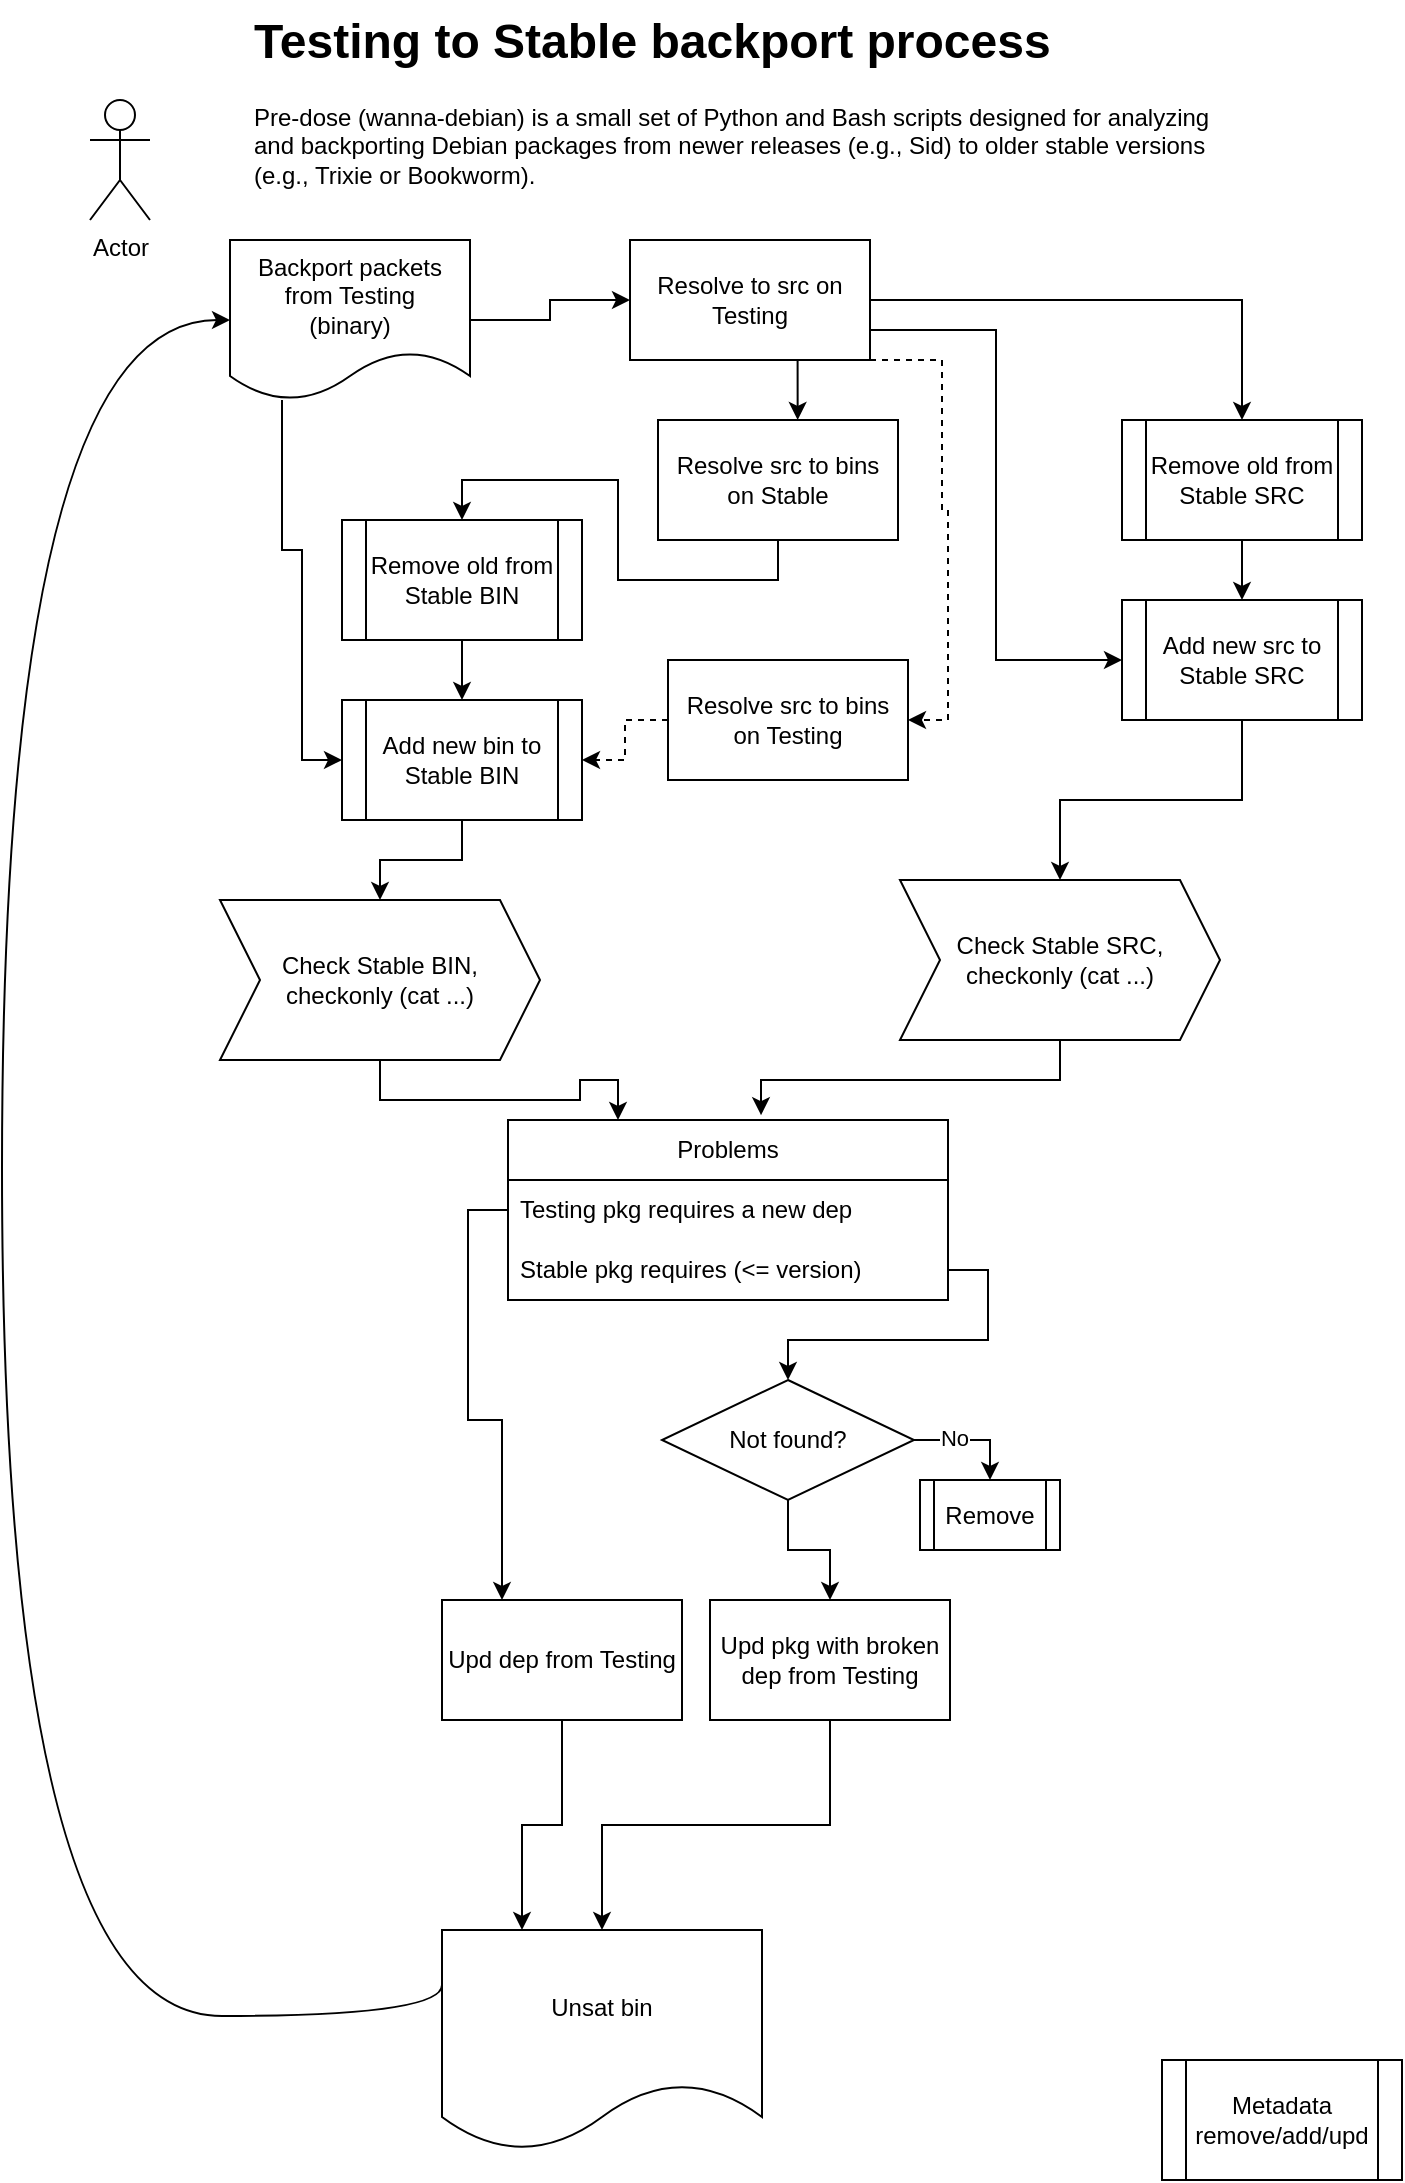
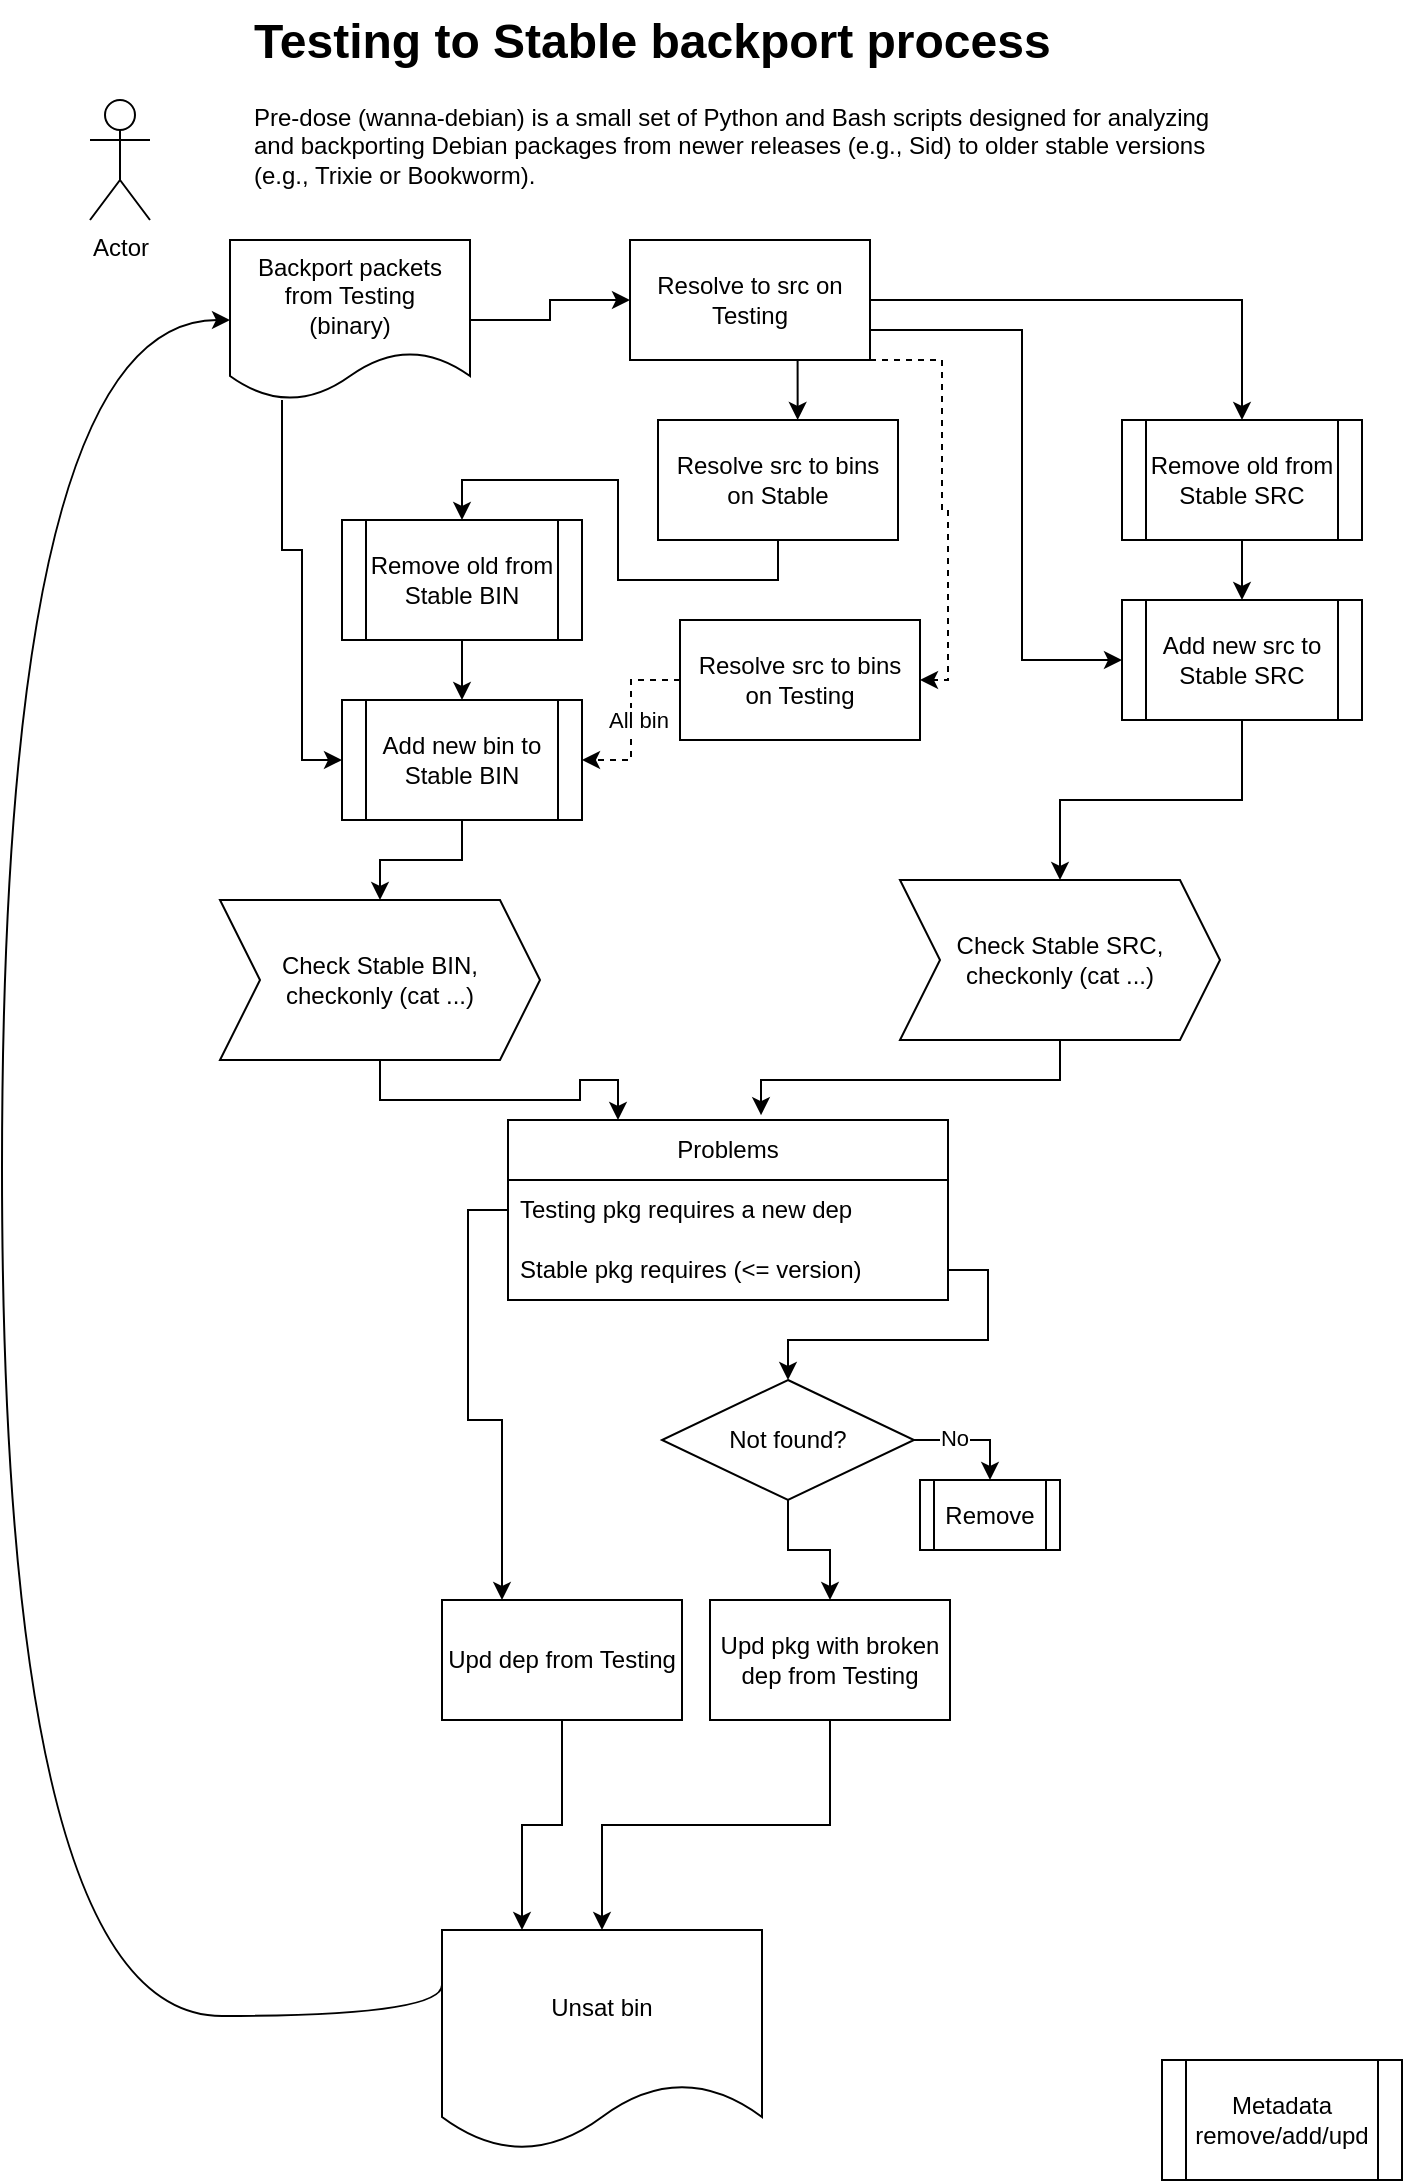
<mxfile host="Electron">
  <diagram id="C5RBs43oDa-KdzZeNtuy" name="Page-1">
-     <mxGraphModel dx="1284" dy="765" grid="1" gridSize="10" guides="1" tooltips="1" connect="1" arrows="1" fold="1" page="1" pageScale="1" pageWidth="827" pageHeight="1169" math="0" shadow="0">
+     <mxGraphModel dx="869" dy="782" grid="1" gridSize="10" guides="1" tooltips="1" connect="1" arrows="1" fold="1" page="1" pageScale="1" pageWidth="827" pageHeight="1169" math="0" shadow="0">
      <root>
        <mxCell id="WIyWlLk6GJQsqaUBKTNV-0" />
        <mxCell id="WIyWlLk6GJQsqaUBKTNV-1" parent="WIyWlLk6GJQsqaUBKTNV-0" />
        <mxCell id="jdkO46tf3qpjO2ybV3Zm-0" parent="WIyWlLk6GJQsqaUBKTNV-1" style="shape=umlActor;verticalLabelPosition=bottom;verticalAlign=top;html=1;outlineConnect=0;" value="Actor" vertex="1">
          <mxGeometry height="60" width="30" x="94" y="80" as="geometry" />
        </mxCell>
        <mxCell id="jdkO46tf3qpjO2ybV3Zm-3" edge="1" parent="WIyWlLk6GJQsqaUBKTNV-1" source="jdkO46tf3qpjO2ybV3Zm-1" style="edgeStyle=orthogonalEdgeStyle;rounded=0;orthogonalLoop=1;jettySize=auto;html=1;entryX=0;entryY=0.5;entryDx=0;entryDy=0;" target="jdkO46tf3qpjO2ybV3Zm-2">
          <mxGeometry relative="1" as="geometry" />
        </mxCell>
        <mxCell id="4IcmTThSWF4IWx9KLtXi-7" edge="1" parent="WIyWlLk6GJQsqaUBKTNV-1" source="jdkO46tf3qpjO2ybV3Zm-1" style="edgeStyle=orthogonalEdgeStyle;rounded=0;orthogonalLoop=1;jettySize=auto;html=1;entryX=0;entryY=0.5;entryDx=0;entryDy=0;" target="jdkO46tf3qpjO2ybV3Zm-13">
          <mxGeometry relative="1" as="geometry">
            <Array as="points">
              <mxPoint x="190" y="305" />
              <mxPoint x="200" y="305" />
              <mxPoint x="200" y="410" />
            </Array>
          </mxGeometry>
        </mxCell>
        <mxCell id="jdkO46tf3qpjO2ybV3Zm-1" parent="WIyWlLk6GJQsqaUBKTNV-1" style="shape=document;whiteSpace=wrap;html=1;boundedLbl=1;" value="Backport packets from Testing&lt;br&gt;(binary)" vertex="1">
          <mxGeometry height="80" width="120" x="164" y="150" as="geometry" />
        </mxCell>
        <mxCell id="jdkO46tf3qpjO2ybV3Zm-6" edge="1" parent="WIyWlLk6GJQsqaUBKTNV-1" source="jdkO46tf3qpjO2ybV3Zm-2" style="edgeStyle=orthogonalEdgeStyle;rounded=0;orthogonalLoop=1;jettySize=auto;html=1;entryX=0.5;entryY=0;entryDx=0;entryDy=0;" target="jdkO46tf3qpjO2ybV3Zm-5">
          <mxGeometry relative="1" as="geometry" />
        </mxCell>
        <mxCell id="K2joIcQUg46PM5A2mCq8-2" edge="1" parent="WIyWlLk6GJQsqaUBKTNV-1" source="jdkO46tf3qpjO2ybV3Zm-2" style="edgeStyle=orthogonalEdgeStyle;rounded=0;orthogonalLoop=1;jettySize=auto;html=1;exitX=1;exitY=1;exitDx=0;exitDy=0;entryX=1;entryY=0.5;entryDx=0;entryDy=0;dashed=1;" target="K2joIcQUg46PM5A2mCq8-0">
          <mxGeometry relative="1" as="geometry">
            <Array as="points">
              <mxPoint x="520" y="210" />
              <mxPoint x="520" y="285" />
              <mxPoint x="523" y="285" />
-               <mxPoint x="523" y="390" />
+               <mxPoint x="523" y="370" />
            </Array>
          </mxGeometry>
        </mxCell>
        <mxCell id="jdkO46tf3qpjO2ybV3Zm-2" parent="WIyWlLk6GJQsqaUBKTNV-1" style="rounded=0;whiteSpace=wrap;html=1;" value="Resolve to src on Testing" vertex="1">
          <mxGeometry height="60" width="120" x="364" y="150" as="geometry" />
        </mxCell>
        <mxCell id="jdkO46tf3qpjO2ybV3Zm-17" edge="1" parent="WIyWlLk6GJQsqaUBKTNV-1" source="jdkO46tf3qpjO2ybV3Zm-5" style="edgeStyle=orthogonalEdgeStyle;rounded=0;orthogonalLoop=1;jettySize=auto;html=1;entryX=0.5;entryY=0;entryDx=0;entryDy=0;" target="jdkO46tf3qpjO2ybV3Zm-16">
          <mxGeometry relative="1" as="geometry" />
        </mxCell>
        <mxCell id="jdkO46tf3qpjO2ybV3Zm-5" parent="WIyWlLk6GJQsqaUBKTNV-1" style="shape=process;whiteSpace=wrap;html=1;backgroundOutline=1;" value="Remove old from Stable SRC" vertex="1">
          <mxGeometry height="60" width="120" x="610" y="240" as="geometry" />
        </mxCell>
        <mxCell id="jdkO46tf3qpjO2ybV3Zm-10" edge="1" parent="WIyWlLk6GJQsqaUBKTNV-1" source="jdkO46tf3qpjO2ybV3Zm-7" style="edgeStyle=orthogonalEdgeStyle;rounded=0;orthogonalLoop=1;jettySize=auto;html=1;entryX=0.5;entryY=0;entryDx=0;entryDy=0;exitX=0.5;exitY=1;exitDx=0;exitDy=0;" target="jdkO46tf3qpjO2ybV3Zm-9">
          <mxGeometry relative="1" as="geometry" />
        </mxCell>
        <mxCell id="jdkO46tf3qpjO2ybV3Zm-18" edge="1" parent="WIyWlLk6GJQsqaUBKTNV-1" source="jdkO46tf3qpjO2ybV3Zm-2" style="edgeStyle=orthogonalEdgeStyle;rounded=0;orthogonalLoop=1;jettySize=auto;html=1;entryX=0;entryY=0.5;entryDx=0;entryDy=0;exitX=1;exitY=0.75;exitDx=0;exitDy=0;" target="jdkO46tf3qpjO2ybV3Zm-16">
          <mxGeometry relative="1" as="geometry">
+             <Array as="points">
+               <mxPoint x="560" y="195" />
+               <mxPoint x="560" y="360" />
+             </Array>
            <mxPoint x="484" y="200" as="sourcePoint" />
          </mxGeometry>
        </mxCell>
        <mxCell id="jdkO46tf3qpjO2ybV3Zm-7" parent="WIyWlLk6GJQsqaUBKTNV-1" style="rounded=0;whiteSpace=wrap;html=1;" value="Resolve src to bins on Stable" vertex="1">
          <mxGeometry height="60" width="120" x="378" y="240" as="geometry" />
        </mxCell>
        <mxCell id="jdkO46tf3qpjO2ybV3Zm-8" edge="1" parent="WIyWlLk6GJQsqaUBKTNV-1" source="jdkO46tf3qpjO2ybV3Zm-2" style="edgeStyle=orthogonalEdgeStyle;rounded=0;orthogonalLoop=1;jettySize=auto;html=1;exitX=0.75;exitY=1;exitDx=0;exitDy=0;entryX=0.582;entryY=0;entryDx=0;entryDy=0;entryPerimeter=0;" target="jdkO46tf3qpjO2ybV3Zm-7">
          <mxGeometry relative="1" as="geometry" />
        </mxCell>
        <mxCell id="jdkO46tf3qpjO2ybV3Zm-14" edge="1" parent="WIyWlLk6GJQsqaUBKTNV-1" source="jdkO46tf3qpjO2ybV3Zm-9" style="edgeStyle=orthogonalEdgeStyle;rounded=0;orthogonalLoop=1;jettySize=auto;html=1;entryX=0.5;entryY=0;entryDx=0;entryDy=0;" target="jdkO46tf3qpjO2ybV3Zm-13">
          <mxGeometry relative="1" as="geometry" />
        </mxCell>
        <mxCell id="jdkO46tf3qpjO2ybV3Zm-9" parent="WIyWlLk6GJQsqaUBKTNV-1" style="shape=process;whiteSpace=wrap;html=1;backgroundOutline=1;" value="Remove old from Stable BIN" vertex="1">
          <mxGeometry height="60" width="120" x="220" y="290" as="geometry" />
        </mxCell>
        <mxCell id="jdkO46tf3qpjO2ybV3Zm-49" edge="1" parent="WIyWlLk6GJQsqaUBKTNV-1" source="jdkO46tf3qpjO2ybV3Zm-11" style="edgeStyle=orthogonalEdgeStyle;rounded=0;orthogonalLoop=1;jettySize=auto;html=1;entryX=0.575;entryY=-0.027;entryDx=0;entryDy=0;entryPerimeter=0;" target="jdkO46tf3qpjO2ybV3Zm-28">
          <mxGeometry relative="1" as="geometry">
            <mxPoint x="579" y="580" as="targetPoint" />
          </mxGeometry>
        </mxCell>
        <mxCell id="jdkO46tf3qpjO2ybV3Zm-11" parent="WIyWlLk6GJQsqaUBKTNV-1" style="shape=step;perimeter=stepPerimeter;whiteSpace=wrap;html=1;fixedSize=1;" value="Check Stable SRC,&lt;br&gt;checkonly (cat ...)" vertex="1">
          <mxGeometry height="80" width="160" x="499" y="470" as="geometry" />
        </mxCell>
        <mxCell id="jdkO46tf3qpjO2ybV3Zm-36" edge="1" parent="WIyWlLk6GJQsqaUBKTNV-1" source="jdkO46tf3qpjO2ybV3Zm-12" style="edgeStyle=orthogonalEdgeStyle;rounded=0;orthogonalLoop=1;jettySize=auto;html=1;entryX=0.25;entryY=0;entryDx=0;entryDy=0;" target="jdkO46tf3qpjO2ybV3Zm-28">
          <mxGeometry relative="1" as="geometry" />
        </mxCell>
        <mxCell id="jdkO46tf3qpjO2ybV3Zm-12" parent="WIyWlLk6GJQsqaUBKTNV-1" style="shape=step;perimeter=stepPerimeter;whiteSpace=wrap;html=1;fixedSize=1;" value="Check Stable BIN,&lt;br&gt;checkonly (cat ...)" vertex="1">
          <mxGeometry height="80" width="160" x="159" y="480" as="geometry" />
        </mxCell>
        <mxCell id="jdkO46tf3qpjO2ybV3Zm-19" edge="1" parent="WIyWlLk6GJQsqaUBKTNV-1" source="jdkO46tf3qpjO2ybV3Zm-13" style="edgeStyle=orthogonalEdgeStyle;rounded=0;orthogonalLoop=1;jettySize=auto;html=1;entryX=0.5;entryY=0;entryDx=0;entryDy=0;" target="jdkO46tf3qpjO2ybV3Zm-12">
          <mxGeometry relative="1" as="geometry" />
        </mxCell>
        <mxCell id="jdkO46tf3qpjO2ybV3Zm-13" parent="WIyWlLk6GJQsqaUBKTNV-1" style="shape=process;whiteSpace=wrap;html=1;backgroundOutline=1;" value="Add new bin to Stable BIN" vertex="1">
          <mxGeometry height="60" width="120" x="220" y="380" as="geometry" />
        </mxCell>
        <mxCell id="jdkO46tf3qpjO2ybV3Zm-20" edge="1" parent="WIyWlLk6GJQsqaUBKTNV-1" source="jdkO46tf3qpjO2ybV3Zm-16" style="edgeStyle=orthogonalEdgeStyle;rounded=0;orthogonalLoop=1;jettySize=auto;html=1;" target="jdkO46tf3qpjO2ybV3Zm-11">
          <mxGeometry relative="1" as="geometry" />
        </mxCell>
        <mxCell id="jdkO46tf3qpjO2ybV3Zm-16" parent="WIyWlLk6GJQsqaUBKTNV-1" style="shape=process;whiteSpace=wrap;html=1;backgroundOutline=1;" value="Add new src to Stable SRC" vertex="1">
          <mxGeometry height="60" width="120" x="610" y="330" as="geometry" />
        </mxCell>
        <mxCell id="jdkO46tf3qpjO2ybV3Zm-28" parent="WIyWlLk6GJQsqaUBKTNV-1" style="swimlane;fontStyle=0;childLayout=stackLayout;horizontal=1;startSize=30;horizontalStack=0;resizeParent=1;resizeParentMax=0;resizeLast=0;collapsible=1;marginBottom=0;whiteSpace=wrap;html=1;" value="Problems" vertex="1">
          <mxGeometry height="90" width="220" x="303" y="590" as="geometry">
            <mxRectangle height="30" width="90" x="500" y="830" as="alternateBounds" />
          </mxGeometry>
        </mxCell>
        <mxCell id="jdkO46tf3qpjO2ybV3Zm-29" parent="jdkO46tf3qpjO2ybV3Zm-28" style="text;strokeColor=none;fillColor=none;align=left;verticalAlign=middle;spacingLeft=4;spacingRight=4;overflow=hidden;points=[[0,0.5],[1,0.5]];portConstraint=eastwest;rotatable=0;whiteSpace=wrap;html=1;" value="Testing pkg requires a new dep" vertex="1">
          <mxGeometry height="30" width="220" y="30" as="geometry" />
        </mxCell>
        <mxCell id="jdkO46tf3qpjO2ybV3Zm-30" parent="jdkO46tf3qpjO2ybV3Zm-28" style="text;strokeColor=none;fillColor=none;align=left;verticalAlign=middle;spacingLeft=4;spacingRight=4;overflow=hidden;points=[[0,0.5],[1,0.5]];portConstraint=eastwest;rotatable=0;whiteSpace=wrap;html=1;" value="Stable pkg requires (&amp;lt;= version)" vertex="1">
          <mxGeometry height="30" width="220" y="60" as="geometry" />
        </mxCell>
        <mxCell id="jdkO46tf3qpjO2ybV3Zm-53" edge="1" parent="WIyWlLk6GJQsqaUBKTNV-1" source="jdkO46tf3qpjO2ybV3Zm-33" style="edgeStyle=orthogonalEdgeStyle;rounded=0;orthogonalLoop=1;jettySize=auto;html=1;entryX=0.25;entryY=0;entryDx=0;entryDy=0;" target="jdkO46tf3qpjO2ybV3Zm-35">
          <mxGeometry relative="1" as="geometry" />
        </mxCell>
        <mxCell id="jdkO46tf3qpjO2ybV3Zm-33" parent="WIyWlLk6GJQsqaUBKTNV-1" style="rounded=0;whiteSpace=wrap;html=1;" value="Upd dep from Testing" vertex="1">
          <mxGeometry height="60" width="120" x="270" y="830" as="geometry" />
        </mxCell>
        <mxCell id="jdkO46tf3qpjO2ybV3Zm-54" edge="1" parent="WIyWlLk6GJQsqaUBKTNV-1" source="jdkO46tf3qpjO2ybV3Zm-34" style="edgeStyle=orthogonalEdgeStyle;rounded=0;orthogonalLoop=1;jettySize=auto;html=1;entryX=0.5;entryY=0;entryDx=0;entryDy=0;" target="jdkO46tf3qpjO2ybV3Zm-35">
          <mxGeometry relative="1" as="geometry" />
        </mxCell>
        <mxCell id="jdkO46tf3qpjO2ybV3Zm-34" parent="WIyWlLk6GJQsqaUBKTNV-1" style="rounded=0;whiteSpace=wrap;html=1;" value="Upd pkg with broken dep from Testing" vertex="1">
          <mxGeometry height="60" width="120" x="404" y="830" as="geometry" />
        </mxCell>
        <mxCell id="jdkO46tf3qpjO2ybV3Zm-52" edge="1" parent="WIyWlLk6GJQsqaUBKTNV-1" source="jdkO46tf3qpjO2ybV3Zm-35" style="edgeStyle=orthogonalEdgeStyle;rounded=0;orthogonalLoop=1;jettySize=auto;html=1;curved=1;entryX=0;entryY=0.5;entryDx=0;entryDy=0;exitX=0;exitY=0.25;exitDx=0;exitDy=0;" target="jdkO46tf3qpjO2ybV3Zm-1">
          <mxGeometry relative="1" as="geometry">
            <Array as="points">
              <mxPoint x="50" y="1038" />
              <mxPoint x="50" y="190" />
            </Array>
            <mxPoint x="70" y="190" as="targetPoint" />
          </mxGeometry>
        </mxCell>
        <mxCell id="jdkO46tf3qpjO2ybV3Zm-35" parent="WIyWlLk6GJQsqaUBKTNV-1" style="shape=document;whiteSpace=wrap;html=1;boundedLbl=1;" value="Unsat bin" vertex="1">
          <mxGeometry height="110" width="160" x="270" y="995" as="geometry" />
        </mxCell>
        <mxCell id="jdkO46tf3qpjO2ybV3Zm-37" parent="WIyWlLk6GJQsqaUBKTNV-1" style="text;html=1;whiteSpace=wrap;overflow=hidden;rounded=0;" value="&lt;h1 style=&quot;margin-top: 0px;&quot;&gt;Testing to Stable backport process&lt;/h1&gt;&lt;p&gt;Pre-dose (wanna-debian) is a small set of Python and Bash scripts designed for analyzing and backporting Debian packages from&amp;nbsp;&lt;span style=&quot;background-color: transparent; color: light-dark(rgb(0, 0, 0), rgb(255, 255, 255));&quot;&gt;newer releases (e.g., Sid) to older stable versions (e.g., Trixie or Bookworm).&lt;/span&gt;&lt;/p&gt;" vertex="1">
          <mxGeometry height="120" width="500" x="174" y="30" as="geometry" />
        </mxCell>
        <mxCell id="jdkO46tf3qpjO2ybV3Zm-43" edge="1" parent="WIyWlLk6GJQsqaUBKTNV-1" source="jdkO46tf3qpjO2ybV3Zm-29" style="edgeStyle=orthogonalEdgeStyle;rounded=0;orthogonalLoop=1;jettySize=auto;html=1;entryX=0.25;entryY=0;entryDx=0;entryDy=0;" target="jdkO46tf3qpjO2ybV3Zm-33">
          <mxGeometry relative="1" as="geometry" />
        </mxCell>
        <mxCell id="jdkO46tf3qpjO2ybV3Zm-44" edge="1" parent="WIyWlLk6GJQsqaUBKTNV-1" source="jdkO46tf3qpjO2ybV3Zm-30" style="edgeStyle=orthogonalEdgeStyle;rounded=0;orthogonalLoop=1;jettySize=auto;html=1;entryX=0.5;entryY=0;entryDx=0;entryDy=0;" target="4IcmTThSWF4IWx9KLtXi-3">
          <mxGeometry relative="1" as="geometry">
            <mxPoint x="500" y="750" as="targetPoint" />
          </mxGeometry>
        </mxCell>
        <mxCell id="jdkO46tf3qpjO2ybV3Zm-61" parent="WIyWlLk6GJQsqaUBKTNV-1" style="shape=process;whiteSpace=wrap;html=1;backgroundOutline=1;" value="Remove" vertex="1">
          <mxGeometry height="35" width="70" x="509" y="770" as="geometry" />
        </mxCell>
        <mxCell id="4IcmTThSWF4IWx9KLtXi-4" edge="1" parent="WIyWlLk6GJQsqaUBKTNV-1" source="4IcmTThSWF4IWx9KLtXi-3" style="edgeStyle=orthogonalEdgeStyle;rounded=0;orthogonalLoop=1;jettySize=auto;html=1;exitX=1;exitY=0.5;exitDx=0;exitDy=0;entryX=0.5;entryY=0;entryDx=0;entryDy=0;" target="jdkO46tf3qpjO2ybV3Zm-61">
          <mxGeometry relative="1" as="geometry" />
        </mxCell>
        <mxCell id="4IcmTThSWF4IWx9KLtXi-5" connectable="0" parent="4IcmTThSWF4IWx9KLtXi-4" style="edgeLabel;html=1;align=center;verticalAlign=middle;resizable=0;points=[];" value="No" vertex="1">
          <mxGeometry relative="1" x="-0.3169" y="1" as="geometry">
            <mxPoint as="offset" />
          </mxGeometry>
        </mxCell>
        <mxCell id="4IcmTThSWF4IWx9KLtXi-6" edge="1" parent="WIyWlLk6GJQsqaUBKTNV-1" source="4IcmTThSWF4IWx9KLtXi-3" style="edgeStyle=orthogonalEdgeStyle;rounded=0;orthogonalLoop=1;jettySize=auto;html=1;exitX=0.5;exitY=1;exitDx=0;exitDy=0;entryX=0.5;entryY=0;entryDx=0;entryDy=0;" target="jdkO46tf3qpjO2ybV3Zm-34">
          <mxGeometry relative="1" as="geometry" />
        </mxCell>
        <mxCell id="4IcmTThSWF4IWx9KLtXi-3" parent="WIyWlLk6GJQsqaUBKTNV-1" style="rhombus;whiteSpace=wrap;html=1;" value="Not found?" vertex="1">
          <mxGeometry height="60" width="126" x="380" y="720" as="geometry" />
        </mxCell>
        <mxCell id="4IcmTThSWF4IWx9KLtXi-9" parent="WIyWlLk6GJQsqaUBKTNV-1" style="shape=process;whiteSpace=wrap;html=1;backgroundOutline=1;" value="Metadata remove/add/upd" vertex="1">
          <mxGeometry height="60" width="120" x="630" y="1060" as="geometry" />
        </mxCell>
        <mxCell id="K2joIcQUg46PM5A2mCq8-1" edge="1" parent="WIyWlLk6GJQsqaUBKTNV-1" source="K2joIcQUg46PM5A2mCq8-0" style="edgeStyle=orthogonalEdgeStyle;rounded=0;orthogonalLoop=1;jettySize=auto;html=1;entryX=1;entryY=0.5;entryDx=0;entryDy=0;dashed=1;" target="jdkO46tf3qpjO2ybV3Zm-13">
          <mxGeometry relative="1" as="geometry" />
        </mxCell>
+         <mxCell id="UBrdKMySqU7-3HxLgvty-1" connectable="0" parent="K2joIcQUg46PM5A2mCq8-1" style="edgeLabel;html=1;align=center;verticalAlign=middle;resizable=0;points=[];" value="All bin" vertex="1">
+           <mxGeometry relative="1" x="-0.0159" y="3" as="geometry">
+             <mxPoint as="offset" />
+           </mxGeometry>
+         </mxCell>
        <mxCell id="K2joIcQUg46PM5A2mCq8-0" parent="WIyWlLk6GJQsqaUBKTNV-1" style="rounded=0;whiteSpace=wrap;html=1;" value="Resolve src to bins on Testing" vertex="1">
-           <mxGeometry height="60" width="120" x="383" y="360" as="geometry" />
+           <mxGeometry height="60" width="120" x="389" y="340" as="geometry" />
        </mxCell>
      </root>
    </mxGraphModel>
  </diagram>
</mxfile>
